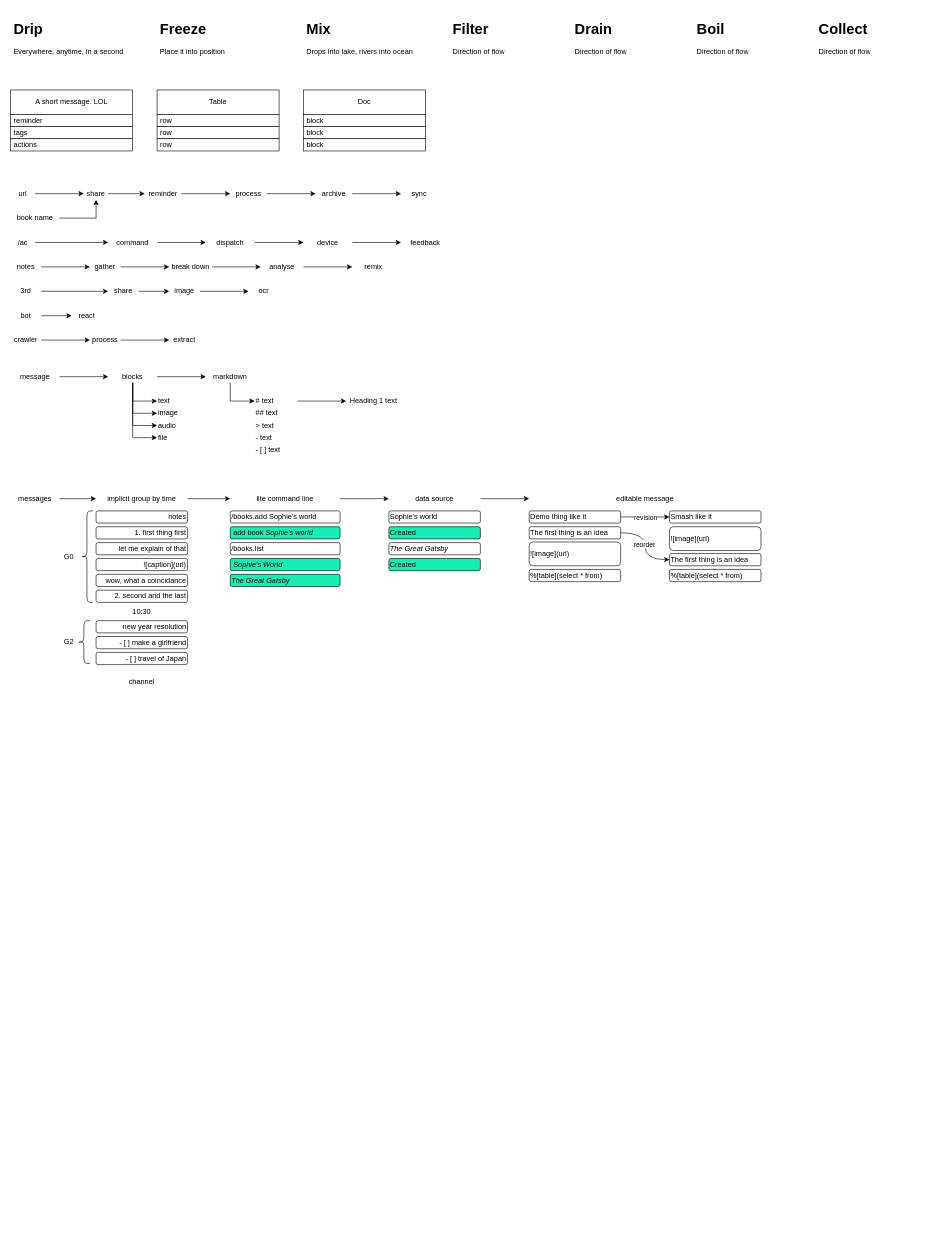
Earlier version of the draw.io diagram product/h2o.drawio (kleon1024/draw). Source tidied: cells renumbered, new cells numbered last; positions are measured from the earlier drawing's top-left corner, leaving out a move shared by most shapes. Both pictures are drawn from the tidied source at 61%, with x=0, y=0 at pixel (10, 16).
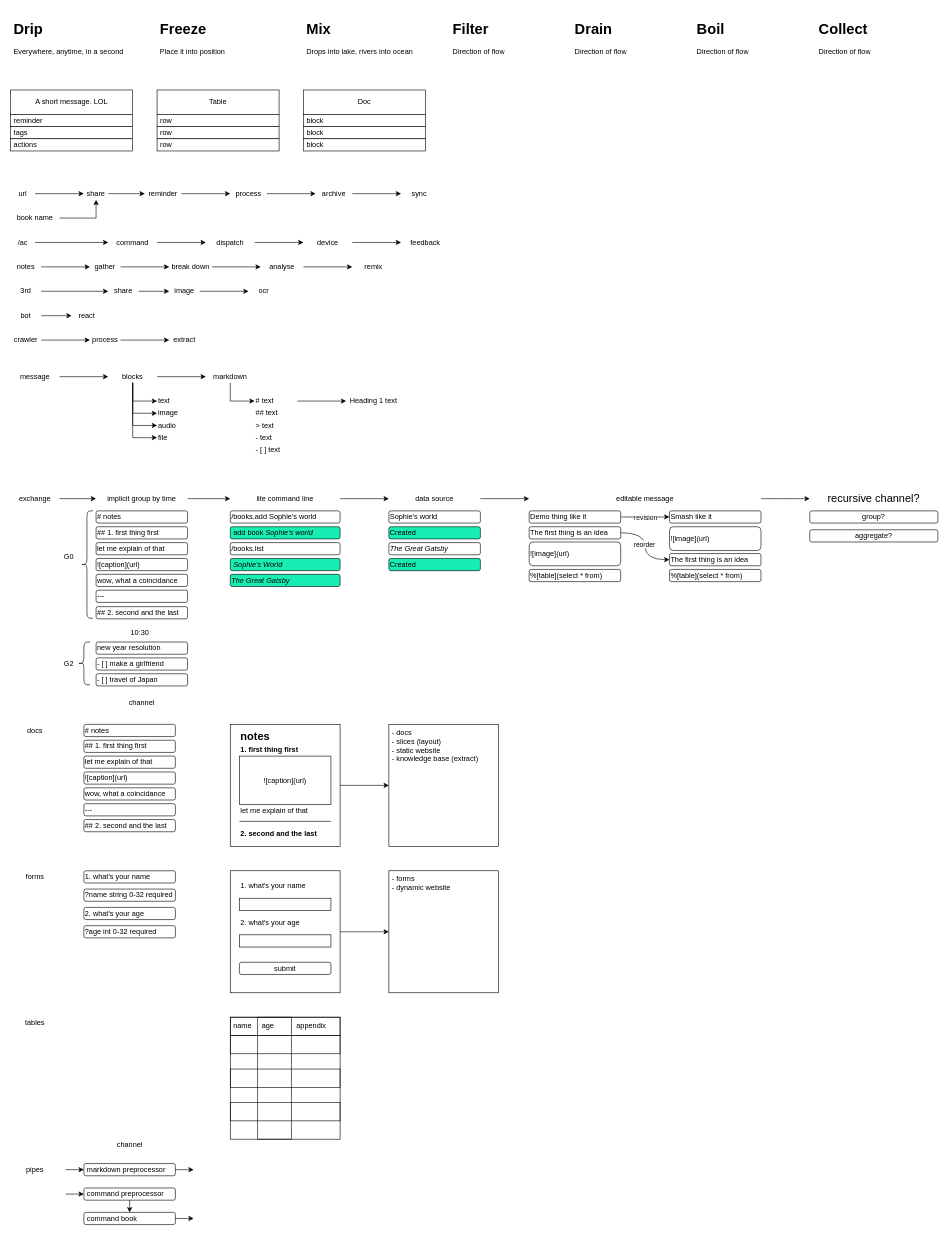
After the change.

Unchanged cells that the change refers to:
```xml
<mxCell id="120" value="editable message" style="text;html=1;strokeColor=none;fillColor=none;align=center;verticalAlign=middle;whiteSpace=wrap;rounded=0;" parent="1" vertex="1">
  <mxGeometry x="850" y="780" width="380" height="20" as="geometry" />
</mxCell>
```

The edit, as a diff of the source:
```diff
@@
-    <mxCell id="89" value="messages" style="text;html=1;strokeColor=none;fillColor=none;align=center;verticalAlign=middle;whiteSpace=wrap;rounded=0;" parent="1" vertex="1">
+    <mxCell id="89" value="exchange" style="text;html=1;strokeColor=none;fillColor=none;align=center;verticalAlign=middle;whiteSpace=wrap;rounded=0;" parent="1" vertex="1">
       <mxGeometry y="780" width="80" height="20" as="geometry" />
     </mxCell>
@@
-    <mxCell id="92" value="notes" style="text;html=1;fillColor=none;align=right;verticalAlign=middle;whiteSpace=wrap;rounded=1;strokeColor=#000000;arcSize=16;absoluteArcSize=0;" parent="1" vertex="1">
+    <mxCell id="92" value="# notes" style="text;html=1;fillColor=none;align=left;verticalAlign=middle;whiteSpace=wrap;rounded=1;strokeColor=#000000;arcSize=16;absoluteArcSize=0;" parent="1" vertex="1">
       <mxGeometry x="140" y="810" width="150" height="20" as="geometry" />
     </mxCell>
-    <mxCell id="93" value="1. first thing first" style="text;html=1;fillColor=none;align=right;verticalAlign=middle;whiteSpace=wrap;rounded=1;strokeColor=#000000;arcSize=16;absoluteArcSize=0;" parent="1" vertex="1">
+    <mxCell id="93" value="## 1. first thing first" style="text;html=1;fillColor=none;align=left;verticalAlign=middle;whiteSpace=wrap;rounded=1;strokeColor=#000000;arcSize=16;absoluteArcSize=0;" parent="1" vertex="1">
       <mxGeometry x="140" y="836" width="150" height="20" as="geometry" />
     </mxCell>
-    <mxCell id="94" value="let me explain of that" style="text;html=1;fillColor=none;align=right;verticalAlign=middle;whiteSpace=wrap;rounded=1;strokeColor=#000000;arcSize=16;absoluteArcSize=0;" parent="1" vertex="1">
+    <mxCell id="94" value="let me explain of that" style="text;html=1;fillColor=none;align=left;verticalAlign=middle;whiteSpace=wrap;rounded=1;strokeColor=#000000;arcSize=16;absoluteArcSize=0;" parent="1" vertex="1">
       <mxGeometry x="140" y="862" width="150" height="20" as="geometry" />
     </mxCell>
-    <mxCell id="95" value="![caption](url)" style="text;html=1;fillColor=none;align=right;verticalAlign=middle;whiteSpace=wrap;rounded=1;strokeColor=#000000;arcSize=16;absoluteArcSize=0;" parent="1" vertex="1">
+    <mxCell id="95" value="![caption](url)" style="text;html=1;fillColor=none;align=left;verticalAlign=middle;whiteSpace=wrap;rounded=1;strokeColor=#000000;arcSize=16;absoluteArcSize=0;" parent="1" vertex="1">
       <mxGeometry x="140" y="888" width="150" height="20" as="geometry" />
     </mxCell>
-    <mxCell id="96" value="wow, what a coincidance" style="text;html=1;fillColor=none;align=right;verticalAlign=middle;whiteSpace=wrap;rounded=1;strokeColor=#000000;arcSize=16;absoluteArcSize=0;" parent="1" vertex="1">
+    <mxCell id="96" value="wow, what a coincidance" style="text;html=1;fillColor=none;align=left;verticalAlign=middle;whiteSpace=wrap;rounded=1;strokeColor=#000000;arcSize=16;absoluteArcSize=0;" parent="1" vertex="1">
       <mxGeometry x="140" y="914" width="150" height="20" as="geometry" />
     </mxCell>
-    <mxCell id="97" value="2. second and the last" style="text;html=1;fillColor=none;align=right;verticalAlign=middle;whiteSpace=wrap;rounded=1;strokeColor=#000000;arcSize=16;absoluteArcSize=0;" parent="1" vertex="1">
+    <mxCell id="97" value="---" style="text;html=1;fillColor=none;align=left;verticalAlign=middle;whiteSpace=wrap;rounded=1;strokeColor=#000000;arcSize=16;absoluteArcSize=0;" parent="1" vertex="1">
       <mxGeometry x="140" y="940" width="150" height="20" as="geometry" />
     </mxCell>
-    <mxCell id="98" value="new year resolution" style="text;html=1;fillColor=none;align=right;verticalAlign=middle;whiteSpace=wrap;rounded=1;strokeColor=#000000;arcSize=16;absoluteArcSize=0;" parent="1" vertex="1">
-      <mxGeometry x="140" y="990" width="150" height="20" as="geometry" />
+    <mxCell id="98" value="new year resolution" style="text;html=1;fillColor=none;align=left;verticalAlign=middle;whiteSpace=wrap;rounded=1;strokeColor=#000000;arcSize=16;absoluteArcSize=0;" parent="1" vertex="1">
+      <mxGeometry x="140" y="1025" width="150" height="20" as="geometry" />
     </mxCell>
-    <mxCell id="99" value="10:30" style="text;html=1;strokeColor=none;fillColor=none;align=center;verticalAlign=middle;whiteSpace=wrap;rounded=0;" parent="1" vertex="1">
-      <mxGeometry x="195" y="965" width="40" height="20" as="geometry" />
+    <mxCell id="99" value="10:30" style="text;html=1;strokeColor=none;fillColor=none;align=left;verticalAlign=middle;whiteSpace=wrap;rounded=0;" parent="1" vertex="1">
+      <mxGeometry x="195" y="1000" width="40" height="20" as="geometry" />
     </mxCell>
-    <mxCell id="100" value="- [ ] make a girlfriend" style="text;html=1;fillColor=none;align=right;verticalAlign=middle;whiteSpace=wrap;rounded=1;strokeColor=#000000;arcSize=16;absoluteArcSize=0;" parent="1" vertex="1">
-      <mxGeometry x="140" y="1016" width="150" height="20" as="geometry" />
+    <mxCell id="100" value="- [ ] make a girlfriend" style="text;html=1;fillColor=none;align=left;verticalAlign=middle;whiteSpace=wrap;rounded=1;strokeColor=#000000;arcSize=16;absoluteArcSize=0;" parent="1" vertex="1">
+      <mxGeometry x="140" y="1051" width="150" height="20" as="geometry" />
     </mxCell>
-    <mxCell id="101" value="- [ ] travel of Japan" style="text;html=1;fillColor=none;align=right;verticalAlign=middle;whiteSpace=wrap;rounded=1;strokeColor=#000000;arcSize=16;absoluteArcSize=0;" parent="1" vertex="1">
-      <mxGeometry x="140" y="1042" width="150" height="20" as="geometry" />
+    <mxCell id="101" value="- [ ] travel of Japan" style="text;html=1;fillColor=none;align=left;verticalAlign=middle;whiteSpace=wrap;rounded=1;strokeColor=#000000;arcSize=16;absoluteArcSize=0;" parent="1" vertex="1">
+      <mxGeometry x="140" y="1077" width="150" height="20" as="geometry" />
     </mxCell>
     <mxCell id="102" style="shape=curlyBracket;whiteSpace=wrap;html=1;rounded=1;strokeColor=#000000;align=right;" parent="1" vertex="1">
-      <mxGeometry x="115" y="810" width="20" height="150" as="geometry" />
+      <mxGeometry x="115" y="810" width="20" height="176" as="geometry" />
     </mxCell>
@@
     <mxCell id="104" style="shape=curlyBracket;whiteSpace=wrap;html=1;rounded=1;strokeColor=#000000;align=right;" parent="1" vertex="1">
-      <mxGeometry x="110" y="990" width="20" height="70" as="geometry" />
+      <mxGeometry x="110" y="1025" width="20" height="70" as="geometry" />
     </mxCell>
     <mxCell id="105" value="G2" style="text;html=1;align=center;verticalAlign=middle;" parent="1" vertex="1">
-      <mxGeometry x="80" y="1015" width="30" height="20" as="geometry" />
+      <mxGeometry x="80" y="1050" width="30" height="20" as="geometry" />
     </mxCell>
@@
     <mxCell id="115" value="channel" style="text;html=1;strokeColor=none;fillColor=none;align=center;verticalAlign=middle;whiteSpace=wrap;rounded=0;" parent="1" vertex="1">
-      <mxGeometry x="195" y="1080" width="40" height="20" as="geometry" />
+      <mxGeometry x="195" y="1115" width="40" height="20" as="geometry" />
     </mxCell>
@@
+    <mxCell id="133" style="edgeStyle=orthogonalEdgeStyle;curved=1;rounded=0;jettySize=auto;html=1;fontSize=18;" parent="1" edge="1" source="120" target="183">
+      <mxGeometry relative="1" as="geometry" />
+    </mxCell>
@@
+    <mxCell id="134" value="docs" style="text;html=1;strokeColor=none;fillColor=none;align=center;verticalAlign=middle;whiteSpace=wrap;rounded=0;" parent="1" vertex="1">
+      <mxGeometry y="1160" width="80" height="20" as="geometry" />
+    </mxCell>
+    <mxCell id="135" value="# notes" style="text;html=1;fillColor=none;align=left;verticalAlign=middle;whiteSpace=wrap;rounded=1;strokeColor=#000000;arcSize=16;absoluteArcSize=0;" parent="1" vertex="1">
+      <mxGeometry x="120" y="1160" width="150" height="20" as="geometry" />
+    </mxCell>
+    <mxCell id="136" value="## 1. first thing first" style="text;html=1;fillColor=none;align=left;verticalAlign=middle;whiteSpace=wrap;rounded=1;strokeColor=#000000;arcSize=16;absoluteArcSize=0;" parent="1" vertex="1">
+      <mxGeometry x="120" y="1186" width="150" height="20" as="geometry" />
+    </mxCell>
+    <mxCell id="137" value="let me explain of that" style="text;html=1;fillColor=none;align=left;verticalAlign=middle;whiteSpace=wrap;rounded=1;strokeColor=#000000;arcSize=16;absoluteArcSize=0;" parent="1" vertex="1">
+      <mxGeometry x="120" y="1212" width="150" height="20" as="geometry" />
+    </mxCell>
+    <mxCell id="138" value="![caption](url)" style="text;html=1;fillColor=none;align=left;verticalAlign=middle;whiteSpace=wrap;rounded=1;strokeColor=#000000;arcSize=16;absoluteArcSize=0;" parent="1" vertex="1">
+      <mxGeometry x="120" y="1238" width="150" height="20" as="geometry" />
+    </mxCell>
+    <mxCell id="139" value="wow, what a coincidance" style="text;html=1;fillColor=none;align=left;verticalAlign=middle;whiteSpace=wrap;rounded=1;strokeColor=#000000;arcSize=16;absoluteArcSize=0;" parent="1" vertex="1">
+      <mxGeometry x="120" y="1264" width="150" height="20" as="geometry" />
+    </mxCell>
+    <mxCell id="140" value="---" style="text;html=1;fillColor=none;align=left;verticalAlign=middle;whiteSpace=wrap;rounded=1;strokeColor=#000000;arcSize=16;absoluteArcSize=0;" parent="1" vertex="1">
+      <mxGeometry x="120" y="1290" width="150" height="20" as="geometry" />
+    </mxCell>
+    <mxCell id="141" value="forms" style="text;html=1;strokeColor=none;fillColor=none;align=center;verticalAlign=middle;whiteSpace=wrap;rounded=0;" parent="1" vertex="1">
+      <mxGeometry y="1400" width="80" height="20" as="geometry" />
+    </mxCell>
+    <mxCell id="142" value="1. what's your name&amp;nbsp;" style="text;html=1;fillColor=none;align=left;verticalAlign=middle;whiteSpace=wrap;rounded=1;strokeColor=#000000;arcSize=16;absoluteArcSize=0;" parent="1" vertex="1">
+      <mxGeometry x="120" y="1400" width="150" height="20" as="geometry" />
+    </mxCell>
+    <mxCell id="143" value="?name string 0-32 required" style="text;html=1;fillColor=none;align=left;verticalAlign=middle;whiteSpace=wrap;rounded=1;strokeColor=#000000;arcSize=16;absoluteArcSize=0;" parent="1" vertex="1">
+      <mxGeometry x="120" y="1430" width="150" height="20" as="geometry" />
+    </mxCell>
+    <mxCell id="144" value="2. what's your age" style="text;html=1;fillColor=none;align=left;verticalAlign=middle;whiteSpace=wrap;rounded=1;strokeColor=#000000;arcSize=16;absoluteArcSize=0;" parent="1" vertex="1">
+      <mxGeometry x="120" y="1460" width="150" height="20" as="geometry" />
+    </mxCell>
+    <mxCell id="145" value="?age int 0-32 required" style="text;html=1;fillColor=none;align=left;verticalAlign=middle;whiteSpace=wrap;rounded=1;strokeColor=#000000;arcSize=16;absoluteArcSize=0;" parent="1" vertex="1">
+      <mxGeometry x="120" y="1490" width="150" height="20" as="geometry" />
+    </mxCell>
+    <mxCell id="146" value="tables" style="text;html=1;strokeColor=none;fillColor=none;align=center;verticalAlign=middle;whiteSpace=wrap;rounded=0;" parent="1" vertex="1">
+      <mxGeometry y="1640" width="80" height="20" as="geometry" />
+    </mxCell>
+    <mxCell id="147" style="group;" parent="1" vertex="1">
+      <mxGeometry x="360" y="1640" width="180" height="200" as="geometry" />
+    </mxCell>
+    <mxCell id="148" style="rounded=0;whiteSpace=wrap;html=1;strokeColor=#000000;align=left;fillColor=none;" parent="147" vertex="1">
+      <mxGeometry width="180" height="200" as="geometry" />
+    </mxCell>
+    <mxCell id="149" style="rounded=0;whiteSpace=wrap;html=1;strokeColor=#000000;align=left;fillColor=none;" parent="147" vertex="1">
+      <mxGeometry y="30" width="180" height="30" as="geometry" />
+    </mxCell>
+    <mxCell id="150" style="rounded=0;whiteSpace=wrap;html=1;strokeColor=#000000;align=left;fillColor=none;" parent="147" vertex="1">
+      <mxGeometry y="85" width="180" height="30" as="geometry" />
+    </mxCell>
+    <mxCell id="151" style="rounded=0;whiteSpace=wrap;html=1;strokeColor=#000000;align=left;fillColor=none;" parent="147" vertex="1">
+      <mxGeometry y="140" width="180" height="30" as="geometry" />
+    </mxCell>
+    <mxCell id="152" style="rounded=0;whiteSpace=wrap;html=1;strokeColor=#000000;align=left;fillColor=none;" parent="147" vertex="1">
+      <mxGeometry x="45" width="55" height="200" as="geometry" />
+    </mxCell>
+    <mxCell id="153" value="&amp;nbsp;name&amp;nbsp; &amp;nbsp; &amp;nbsp;age&amp;nbsp; &amp;nbsp; &amp;nbsp; &amp;nbsp; &amp;nbsp; &amp;nbsp;appendix" style="rounded=0;whiteSpace=wrap;html=1;strokeColor=#000000;align=left;fillColor=none;" parent="147" vertex="1">
+      <mxGeometry width="180" height="30" as="geometry" />
+    </mxCell>
+    <mxCell id="154" style="group;" parent="1" vertex="1">
+      <mxGeometry x="360" y="1400" width="180" height="200" as="geometry" />
+    </mxCell>
+    <mxCell id="155" style="rounded=0;whiteSpace=wrap;html=1;strokeColor=#000000;align=left;fillColor=none;" parent="154" vertex="1">
+      <mxGeometry width="180" height="200" as="geometry" />
+    </mxCell>
+    <mxCell id="156" value="1. what's your name&amp;nbsp;" style="text;html=1;fillColor=none;align=left;verticalAlign=middle;whiteSpace=wrap;rounded=1;arcSize=16;absoluteArcSize=0;" parent="154" vertex="1">
+      <mxGeometry x="15" y="15" width="150" height="20" as="geometry" />
+    </mxCell>
+    <mxCell id="157" style="text;html=1;fillColor=none;align=left;verticalAlign=middle;whiteSpace=wrap;rounded=0;strokeColor=#000000;arcSize=16;absoluteArcSize=0;" parent="154" vertex="1">
+      <mxGeometry x="15" y="45" width="150" height="20" as="geometry" />
+    </mxCell>
+    <mxCell id="158" value="2. what's your age" style="text;html=1;fillColor=none;align=left;verticalAlign=middle;whiteSpace=wrap;rounded=1;arcSize=16;absoluteArcSize=0;" parent="154" vertex="1">
+      <mxGeometry x="15" y="75" width="150" height="20" as="geometry" />
+    </mxCell>
+    <mxCell id="159" style="text;html=1;fillColor=none;align=left;verticalAlign=middle;whiteSpace=wrap;rounded=0;strokeColor=#000000;arcSize=16;absoluteArcSize=0;" parent="154" vertex="1">
+      <mxGeometry x="15" y="105" width="150" height="20" as="geometry" />
+    </mxCell>
+    <mxCell id="160" value="submit" style="text;html=1;fillColor=none;align=center;verticalAlign=middle;whiteSpace=wrap;rounded=1;strokeColor=#000000;arcSize=16;absoluteArcSize=0;" parent="154" vertex="1">
+      <mxGeometry x="15" y="150" width="150" height="20" as="geometry" />
+    </mxCell>
+    <mxCell id="161" value="&amp;nbsp;- docs&lt;br&gt;&amp;nbsp;- slices (layout)&lt;br&gt;&amp;nbsp;- static website&lt;br&gt;&amp;nbsp;- knowledge base (extract)" style="rounded=0;whiteSpace=wrap;html=1;strokeColor=#000000;align=left;fillColor=none;verticalAlign=top;" parent="1" vertex="1">
+      <mxGeometry x="620" y="1160" width="180" height="200" as="geometry" />
+    </mxCell>
+    <mxCell id="162" style="edgeStyle=orthogonalEdgeStyle;curved=1;rounded=0;jettySize=auto;html=1;fontSize=18;" parent="1" edge="1" source="165" target="161">
+      <mxGeometry relative="1" as="geometry" />
+    </mxCell>
+    <mxCell id="163" value="## 2. second and the last" style="text;html=1;fillColor=none;align=left;verticalAlign=middle;whiteSpace=wrap;rounded=1;strokeColor=#000000;arcSize=16;absoluteArcSize=0;" parent="1" vertex="1">
+      <mxGeometry x="140" y="967" width="150" height="20" as="geometry" />
+    </mxCell>
+    <mxCell id="164" value="## 2. second and the last" style="text;html=1;fillColor=none;align=left;verticalAlign=middle;whiteSpace=wrap;rounded=1;strokeColor=#000000;arcSize=16;absoluteArcSize=0;" parent="1" vertex="1">
+      <mxGeometry x="120" y="1316" width="150" height="20" as="geometry" />
+    </mxCell>
+    <mxCell id="165" style="rounded=0;whiteSpace=wrap;html=1;strokeColor=#000000;align=left;fillColor=none;" parent="1" vertex="1">
+      <mxGeometry x="360" y="1160" width="180" height="200" as="geometry" />
+    </mxCell>
+    <mxCell id="166" value="notes" style="text;html=1;fillColor=none;align=left;verticalAlign=middle;whiteSpace=wrap;rounded=1;arcSize=16;absoluteArcSize=0;fontStyle=1;fontSize=18;" parent="1" vertex="1">
+      <mxGeometry x="375" y="1170" width="150" height="20" as="geometry" />
+    </mxCell>
+    <mxCell id="167" value="1. first thing first" style="text;html=1;fillColor=none;align=left;verticalAlign=middle;whiteSpace=wrap;rounded=1;arcSize=16;absoluteArcSize=0;fontStyle=1;" parent="1" vertex="1">
+      <mxGeometry x="375" y="1192" width="150" height="20" as="geometry" />
+    </mxCell>
+    <mxCell id="168" value="let me explain of that" style="text;html=1;fillColor=none;align=left;verticalAlign=middle;whiteSpace=wrap;rounded=1;arcSize=16;absoluteArcSize=0;" parent="1" vertex="1">
+      <mxGeometry x="375" y="1291" width="150" height="20" as="geometry" />
+    </mxCell>
+    <mxCell id="169" value="![caption](url)" style="text;html=1;fillColor=none;align=center;verticalAlign=middle;whiteSpace=wrap;rounded=0;arcSize=16;absoluteArcSize=0;strokeColor=#000000;" parent="1" vertex="1">
+      <mxGeometry x="375" y="1212" width="150" height="79" as="geometry" />
+    </mxCell>
+    <mxCell id="170" value="2. second and the last" style="text;html=1;fillColor=none;align=left;verticalAlign=middle;whiteSpace=wrap;rounded=1;arcSize=16;absoluteArcSize=0;fontStyle=1;" parent="1" vertex="1">
+      <mxGeometry x="375" y="1329" width="150" height="20" as="geometry" />
+    </mxCell>
+    <mxCell id="171" style="endArrow=none;html=1;fontSize=18;" parent="1" edge="1">
+      <mxGeometry relative="1" as="geometry">
+        <mxPoint x="525" y="1319" as="sourcePoint" />
+        <mxPoint x="375" y="1319" as="targetPoint" />
+      </mxGeometry>
+    </mxCell>
+    <mxCell id="172" value="&amp;nbsp;- forms&lt;br&gt;&amp;nbsp;- dynamic website" style="rounded=0;whiteSpace=wrap;html=1;strokeColor=#000000;align=left;fillColor=none;verticalAlign=top;" parent="1" vertex="1">
+      <mxGeometry x="620" y="1400" width="180" height="200" as="geometry" />
+    </mxCell>
+    <mxCell id="173" style="edgeStyle=orthogonalEdgeStyle;curved=1;rounded=0;jettySize=auto;html=1;exitX=1;exitY=0.5;exitDx=0;exitDy=0;entryX=0;entryY=0.5;entryDx=0;entryDy=0;fontSize=18;" parent="1" edge="1" source="155" target="172">
+      <mxGeometry relative="1" as="geometry" />
+    </mxCell>
+    <mxCell id="174" value="pipes" style="text;html=1;strokeColor=none;fillColor=none;align=center;verticalAlign=middle;whiteSpace=wrap;rounded=0;" parent="1" vertex="1">
+      <mxGeometry y="1880" width="80" height="20" as="geometry" />
+    </mxCell>
+    <mxCell id="175" value="&amp;nbsp;markdown preprocessor" style="text;html=1;fillColor=none;align=left;verticalAlign=middle;whiteSpace=wrap;rounded=1;strokeColor=#000000;arcSize=16;absoluteArcSize=0;" parent="1" vertex="1">
+      <mxGeometry x="120" y="1880" width="150" height="20" as="geometry" />
+    </mxCell>
+    <mxCell id="176" style="edgeStyle=orthogonalEdgeStyle;curved=1;rounded=0;jettySize=auto;html=1;exitX=0.5;exitY=1;exitDx=0;exitDy=0;entryX=0.5;entryY=0;entryDx=0;entryDy=0;fontSize=18;" parent="1" edge="1" source="177" target="178">
+      <mxGeometry relative="1" as="geometry" />
+    </mxCell>
+    <mxCell id="177" value="&amp;nbsp;command preprocessor" style="text;html=1;fillColor=none;align=left;verticalAlign=middle;whiteSpace=wrap;rounded=1;strokeColor=#000000;arcSize=16;absoluteArcSize=0;" parent="1" vertex="1">
+      <mxGeometry x="120" y="1920" width="150" height="20" as="geometry" />
+    </mxCell>
+    <mxCell id="178" value="&amp;nbsp;command book" style="text;html=1;fillColor=none;align=left;verticalAlign=middle;whiteSpace=wrap;rounded=1;strokeColor=#000000;arcSize=16;absoluteArcSize=0;" parent="1" vertex="1">
+      <mxGeometry x="120" y="1960" width="150" height="20" as="geometry" />
+    </mxCell>
+    <mxCell id="179" style="endArrow=classic;html=1;fontSize=18;entryX=0;entryY=0.5;entryDx=0;entryDy=0;" parent="1" edge="1" target="175">
+      <mxGeometry relative="1" as="geometry">
+        <mxPoint x="90" y="1890" as="sourcePoint" />
+      </mxGeometry>
+    </mxCell>
+    <mxCell id="180" style="endArrow=classic;html=1;fontSize=18;entryX=0;entryY=0.5;entryDx=0;entryDy=0;" parent="1" edge="1" target="177">
+      <mxGeometry relative="1" as="geometry">
+        <mxPoint x="90" y="1930" as="sourcePoint" />
+      </mxGeometry>
+    </mxCell>
+    <mxCell id="181" style="endArrow=classic;html=1;fontSize=18;exitX=1;exitY=0.5;exitDx=0;exitDy=0;" parent="1" edge="1" source="175">
+      <mxGeometry relative="1" as="geometry">
+        <mxPoint x="300" y="1890" as="targetPoint" />
+      </mxGeometry>
+    </mxCell>
+    <mxCell id="182" style="endArrow=classic;html=1;fontSize=18;exitX=1;exitY=0.5;exitDx=0;exitDy=0;" parent="1" edge="1" source="178">
+      <mxGeometry relative="1" as="geometry">
+        <mxPoint x="300" y="1970" as="targetPoint" />
+      </mxGeometry>
+    </mxCell>
+    <mxCell id="183" value="recursive channel?" style="text;html=1;strokeColor=none;fillColor=none;align=center;verticalAlign=middle;whiteSpace=wrap;rounded=0;fontSize=18;" parent="1" vertex="1">
+      <mxGeometry x="1310" y="780" width="210" height="20" as="geometry" />
+    </mxCell>
+    <mxCell id="184" value="group?" style="text;html=1;fillColor=none;align=center;verticalAlign=middle;whiteSpace=wrap;rounded=1;strokeColor=#000000;arcSize=16;absoluteArcSize=0;" parent="1" vertex="1">
+      <mxGeometry x="1310" y="810" width="210" height="20" as="geometry" />
+    </mxCell>
+    <mxCell id="185" value="aggregate?" style="text;html=1;fillColor=none;align=center;verticalAlign=middle;whiteSpace=wrap;rounded=1;strokeColor=#000000;arcSize=16;absoluteArcSize=0;" parent="1" vertex="1">
+      <mxGeometry x="1310" y="841" width="210" height="20" as="geometry" />
+    </mxCell>
+    <mxCell id="186" value="channel" style="text;html=1;align=center;verticalAlign=middle;fontSize=12;" parent="1" vertex="1">
+      <mxGeometry x="165" y="1840" width="60" height="20" as="geometry" />
+    </mxCell>
```
